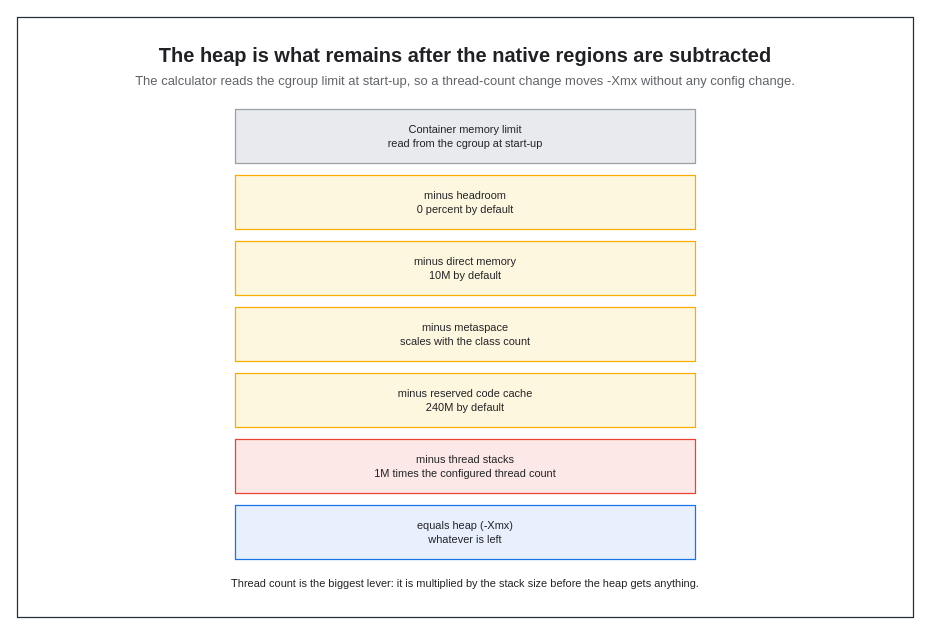
Earlier version of the draw.io diagram assets/img/jvm/jvm-06-memory-calculator.drawio (KKamJi98/kkamji98.github.io). Source tidied: cells renumbered, new cells numbered last; positions are measured from the earlier drawing's top-left corner, leaving out a move shared by most shapes. Both pictures are drawn from the tidied source at 100%, with x=0, y=0 at pixel (17, 17).
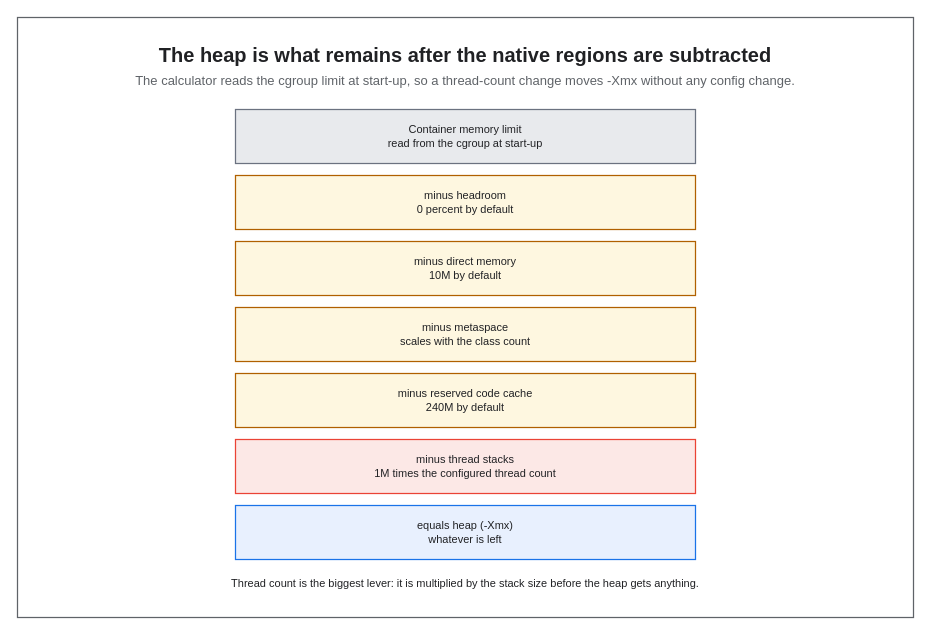
The same page after the edit.

Diff of the diagram source:
```diff
@@
 <mxGraphModel background="#FFFFFF">
   <root>
     <mxCell id="0" />
     <mxCell id="1" parent="0" />
-    <mxCell id="2" style="rounded=0;html=0;fillColor=none;strokeColor=#232F3E;fontColor=#202124;strokeWidth=1.25;" parent="1" vertex="1">
+    <mxCell id="2" style="rounded=0;html=0;fillColor=none;strokeColor=#5F6368;fontColor=#202124;strokeWidth=1.25;" parent="1" vertex="1">
       <mxGeometry width="896" height="600" as="geometry" />
     </mxCell>
     <mxCell id="3" value="The heap is what remains after the native regions are subtracted" style="text;html=0;whiteSpace=wrap;fillColor=none;strokeColor=none;fontColor=#202124;fontSize=20;fontStyle=1;align=center;verticalAlign=middle;" parent="1" vertex="1">
       <mxGeometry x="22" y="22" width="852" height="30" as="geometry" />
     </mxCell>
     <mxCell id="4" value="The calculator reads the cgroup limit at start-up, so a thread-count change moves -Xmx without any config change." style="text;html=0;whiteSpace=wrap;fillColor=none;strokeColor=none;fontColor=#5F6368;fontSize=13;fontStyle=0;align=center;verticalAlign=middle;" parent="1" vertex="1">
       <mxGeometry x="22" y="52" width="852" height="22" as="geometry" />
     </mxCell>
-    <mxCell id="5" value="Container memory limit&#10;read from the cgroup at start-up" style="rounded=0;whiteSpace=wrap;html=0;fillColor=#E8EAED;strokeColor=#9AA0A6;fontColor=#202124;fontSize=11;fontStyle=0;align=center;verticalAlign=middle;spacingLeft=6;spacingRight=6;strokeWidth=1.25;" parent="1" vertex="1">
+    <mxCell id="5" value="Container memory limit&#10;read from the cgroup at start-up" style="rounded=0;whiteSpace=wrap;html=0;fillColor=#E8EAED;strokeColor=#6B7280;fontColor=#202124;fontSize=11;fontStyle=0;align=center;verticalAlign=middle;spacingLeft=6;spacingRight=6;strokeWidth=1.25;" parent="1" vertex="1">
       <mxGeometry x="218" y="92" width="460" height="54" as="geometry" />
     </mxCell>
-    <mxCell id="6" value="minus headroom&#10;0 percent by default" style="rounded=0;whiteSpace=wrap;html=0;fillColor=#FEF7E0;strokeColor=#F9AB00;fontColor=#202124;fontSize=11;fontStyle=0;align=center;verticalAlign=middle;spacingLeft=6;spacingRight=6;strokeWidth=1.25;" parent="1" vertex="1">
+    <mxCell id="6" value="minus headroom&#10;0 percent by default" style="rounded=0;whiteSpace=wrap;html=0;fillColor=#FEF7E0;strokeColor=#B06000;fontColor=#202124;fontSize=11;fontStyle=0;align=center;verticalAlign=middle;spacingLeft=6;spacingRight=6;strokeWidth=1.25;" parent="1" vertex="1">
       <mxGeometry x="218" y="158" width="460" height="54" as="geometry" />
     </mxCell>
-    <mxCell id="7" value="minus direct memory&#10;10M by default" style="rounded=0;whiteSpace=wrap;html=0;fillColor=#FEF7E0;strokeColor=#F9AB00;fontColor=#202124;fontSize=11;fontStyle=0;align=center;verticalAlign=middle;spacingLeft=6;spacingRight=6;strokeWidth=1.25;" parent="1" vertex="1">
+    <mxCell id="7" value="minus direct memory&#10;10M by default" style="rounded=0;whiteSpace=wrap;html=0;fillColor=#FEF7E0;strokeColor=#B06000;fontColor=#202124;fontSize=11;fontStyle=0;align=center;verticalAlign=middle;spacingLeft=6;spacingRight=6;strokeWidth=1.25;" parent="1" vertex="1">
       <mxGeometry x="218" y="224" width="460" height="54" as="geometry" />
     </mxCell>
-    <mxCell id="8" value="minus metaspace&#10;scales with the class count" style="rounded=0;whiteSpace=wrap;html=0;fillColor=#FEF7E0;strokeColor=#F9AB00;fontColor=#202124;fontSize=11;fontStyle=0;align=center;verticalAlign=middle;spacingLeft=6;spacingRight=6;strokeWidth=1.25;" parent="1" vertex="1">
+    <mxCell id="8" value="minus metaspace&#10;scales with the class count" style="rounded=0;whiteSpace=wrap;html=0;fillColor=#FEF7E0;strokeColor=#B06000;fontColor=#202124;fontSize=11;fontStyle=0;align=center;verticalAlign=middle;spacingLeft=6;spacingRight=6;strokeWidth=1.25;" parent="1" vertex="1">
       <mxGeometry x="218" y="290" width="460" height="54" as="geometry" />
     </mxCell>
-    <mxCell id="9" value="minus reserved code cache&#10;240M by default" style="rounded=0;whiteSpace=wrap;html=0;fillColor=#FEF7E0;strokeColor=#F9AB00;fontColor=#202124;fontSize=11;fontStyle=0;align=center;verticalAlign=middle;spacingLeft=6;spacingRight=6;strokeWidth=1.25;" parent="1" vertex="1">
+    <mxCell id="9" value="minus reserved code cache&#10;240M by default" style="rounded=0;whiteSpace=wrap;html=0;fillColor=#FEF7E0;strokeColor=#B06000;fontColor=#202124;fontSize=11;fontStyle=0;align=center;verticalAlign=middle;spacingLeft=6;spacingRight=6;strokeWidth=1.25;" parent="1" vertex="1">
       <mxGeometry x="218" y="356" width="460" height="54" as="geometry" />
     </mxCell>
     <mxCell id="10" value="minus thread stacks&#10;1M times the configured thread count" style="rounded=0;whiteSpace=wrap;html=0;fillColor=#FCE8E6;strokeColor=#EA4335;fontColor=#202124;fontSize=11;fontStyle=0;align=center;verticalAlign=middle;spacingLeft=6;spacingRight=6;strokeWidth=1.25;" parent="1" vertex="1">
       <mxGeometry x="218" y="422" width="460" height="54" as="geometry" />
     </mxCell>
     <mxCell id="11" value="equals heap  (-Xmx)&#10;whatever is left" style="rounded=0;whiteSpace=wrap;html=0;fillColor=#E8F0FE;strokeColor=#1A73E8;fontColor=#202124;fontSize=11;fontStyle=0;align=center;verticalAlign=middle;spacingLeft=6;spacingRight=6;strokeWidth=1.25;" parent="1" vertex="1">
       <mxGeometry x="218" y="488" width="460" height="54" as="geometry" />
     </mxCell>
     <mxCell id="12" value="Thread count is the biggest lever: it is multiplied by the stack size before the heap gets anything." style="text;html=0;whiteSpace=wrap;fillColor=none;strokeColor=none;fontColor=#202124;fontSize=11;fontStyle=0;align=center;verticalAlign=middle;" parent="1" vertex="1">
       <mxGeometry x="123" y="554" width="650" height="24" as="geometry" />
     </mxCell>
   </root>
 </mxGraphModel>
```
